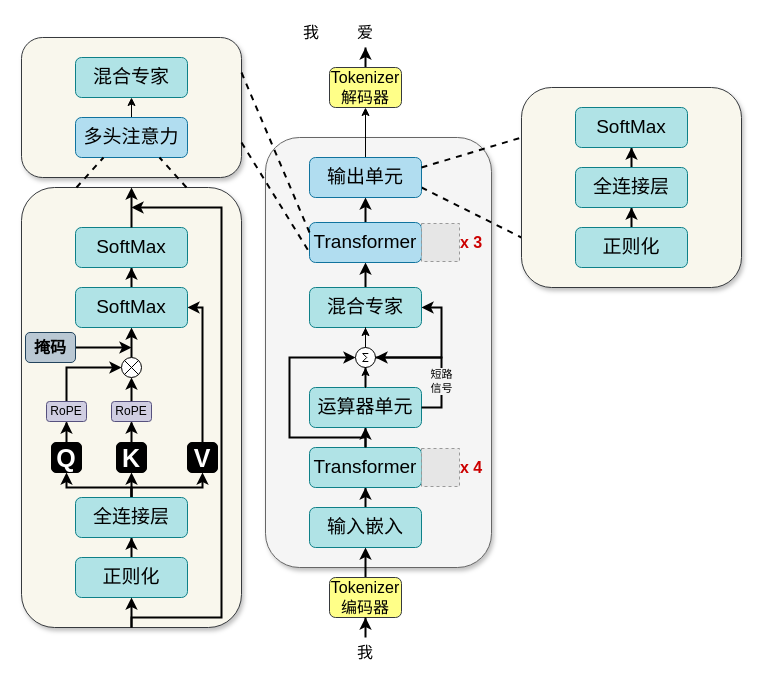
zzc-1024/alu.draw.io keeps this draw.io diagram as page "模型架构图" (1 of 7) of 未命名绘图.drawio. Above is the earlier version. Source tidied: cells renumbered, new cells numbered last; positions are measured from the earlier drawing's top-left corner, leaving out a move shared by most shapes. Both pictures are drawn from the tidied source at 100%, with x=0, y=0 at pixel (21, 17). Pictures stored in the file or linked from it are replaced by grey dashed boxes.
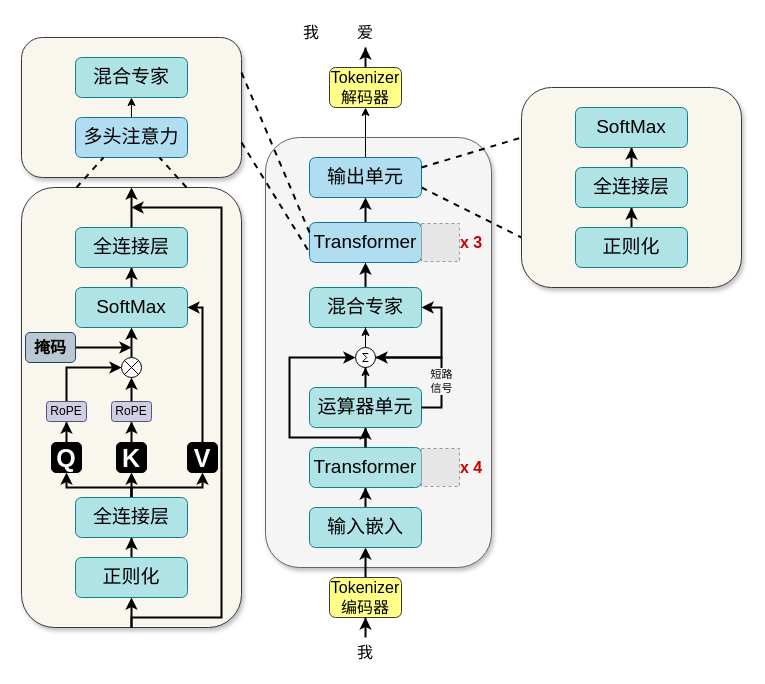
The same diagram, later.

Commit message:
更新未命名绘图.drawio

Diff of the diagram source:
```diff
@@
-    <mxCell id="68" value="SoftMax" style="rounded=1;whiteSpace=wrap;html=1;fontSize=19;fillColor=#b0e3e6;strokeColor=#0e8088;" parent="1" vertex="1">
+    <mxCell id="68" value="全连接层" style="rounded=1;whiteSpace=wrap;html=1;fontSize=19;fillColor=#b0e3e6;strokeColor=#0e8088;" parent="1" vertex="1">
       <mxGeometry x="54" y="210" width="112" height="40" as="geometry" />
     </mxCell>
```
